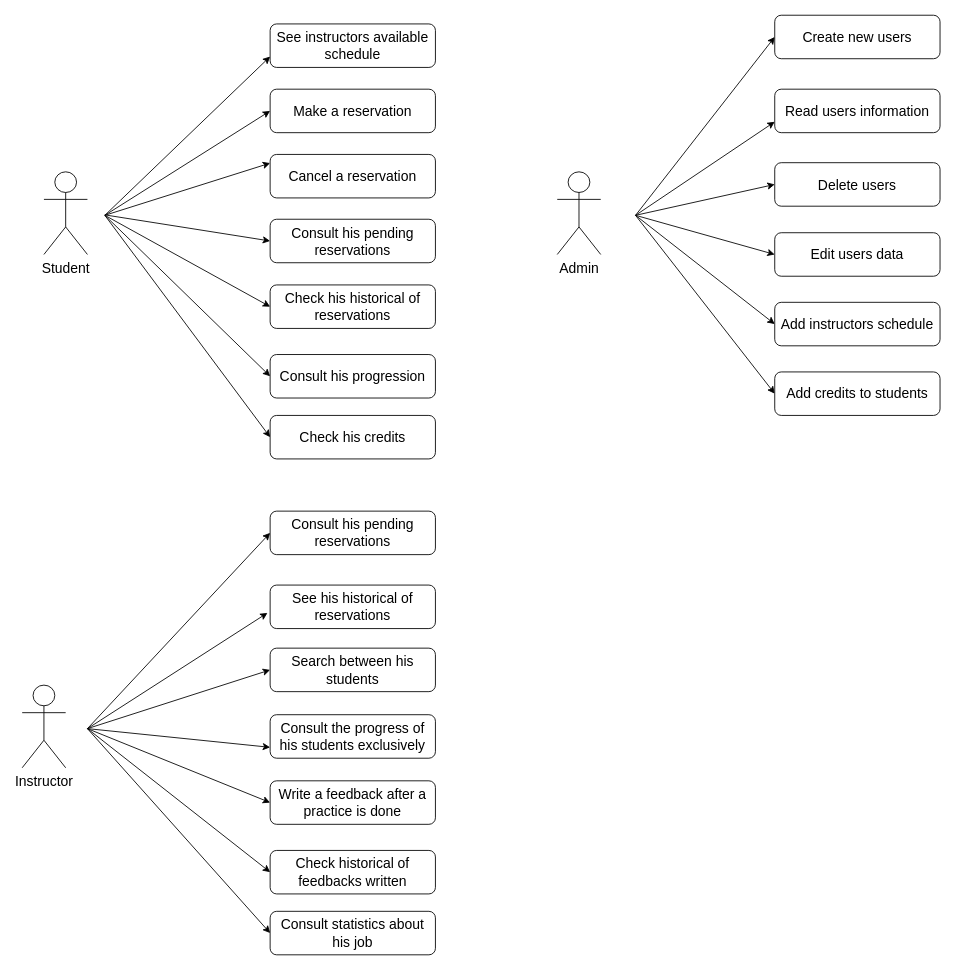
This is staff/diana-moreno/wheely/wheely-doc/uml-projects/use-cases.drawio from diana-moreno/skylab-bootcamp-201909, a draw.io file, before an edit. Source tidied: cells renumbered, new cells numbered last; positions are measured from the earlier drawing's top-left corner, leaving out a move shared by most shapes. Both pictures are drawn from the tidied source at 87%, with x=0, y=0 at pixel (22, 15).
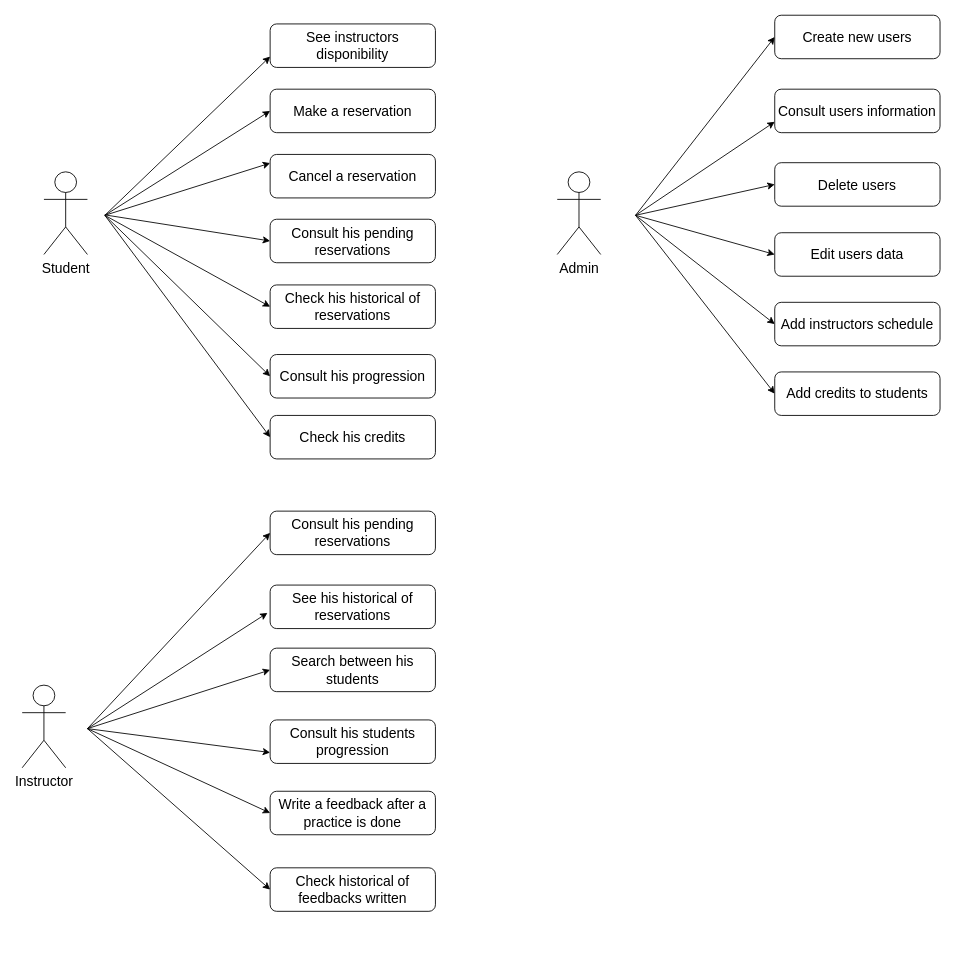
Above is the later version.

Change to the diagram source:
```diff
@@
-    <mxCell id="8" value="&lt;font style=&quot;font-size: 16px&quot;&gt;See instructors available schedule&lt;/font&gt;" style="rounded=1;whiteSpace=wrap;html=1;" parent="1" vertex="1">
+    <mxCell id="8" value="&lt;font style=&quot;font-size: 16px&quot;&gt;See instructors disponibility&lt;/font&gt;" style="rounded=1;whiteSpace=wrap;html=1;" parent="1" vertex="1">
       <mxGeometry x="285" y="10" width="190" height="50" as="geometry" />
     </mxCell>
@@
-    <mxCell id="29" style="endArrow=classic;html=1;entryX=0;entryY=0.5;entryDx=0;entryDy=0;" parent="1" edge="1" target="36">
-      <mxGeometry relative="1" as="geometry">
-        <mxPoint x="75" y="820" as="sourcePoint" />
-      </mxGeometry>
-    </mxCell>
@@
-    <mxCell id="33" value="&lt;span style=&quot;font-size: 16px&quot;&gt;Consult the progress of his students exclusively&lt;/span&gt;" style="rounded=1;whiteSpace=wrap;html=1;" parent="1" vertex="1">
-      <mxGeometry x="285" y="804" width="190" height="50" as="geometry" />
+    <mxCell id="33" value="&lt;span style=&quot;font-size: 16px&quot;&gt;Consult his students progression&lt;/span&gt;" style="rounded=1;whiteSpace=wrap;html=1;" parent="1" vertex="1">
+      <mxGeometry x="285" y="810" width="190" height="50" as="geometry" />
     </mxCell>
     <mxCell id="34" value="&lt;span style=&quot;font-size: 16px&quot;&gt;Write a feedback after a practice is done&lt;/span&gt;" style="rounded=1;whiteSpace=wrap;html=1;" parent="1" vertex="1">
-      <mxGeometry x="285" y="880" width="190" height="50" as="geometry" />
+      <mxGeometry x="285" y="892" width="190" height="50" as="geometry" />
     </mxCell>
     <mxCell id="35" value="&lt;span style=&quot;font-size: 16px&quot;&gt;Check historical of feedbacks written&lt;/span&gt;" style="rounded=1;whiteSpace=wrap;html=1;" parent="1" vertex="1">
-      <mxGeometry x="285" y="960" width="190" height="50" as="geometry" />
+      <mxGeometry x="285" y="980" width="190" height="50" as="geometry" />
     </mxCell>
-    <mxCell id="36" value="&lt;span style=&quot;font-size: 16px&quot;&gt;Consult statistics about his job&lt;/span&gt;" style="rounded=1;whiteSpace=wrap;html=1;" parent="1" vertex="1">
-      <mxGeometry x="285" y="1030" width="190" height="50" as="geometry" />
-    </mxCell>
@@
-    <mxCell id="40" value="&lt;span style=&quot;font-size: 16px&quot;&gt;Read users information&lt;/span&gt;" style="rounded=1;whiteSpace=wrap;html=1;" parent="1" vertex="1">
+    <mxCell id="40" value="&lt;span style=&quot;font-size: 16px&quot;&gt;Consult users information&lt;/span&gt;" style="rounded=1;whiteSpace=wrap;html=1;" parent="1" vertex="1">
       <mxGeometry x="865" y="85" width="190" height="50" as="geometry" />
     </mxCell>
```
